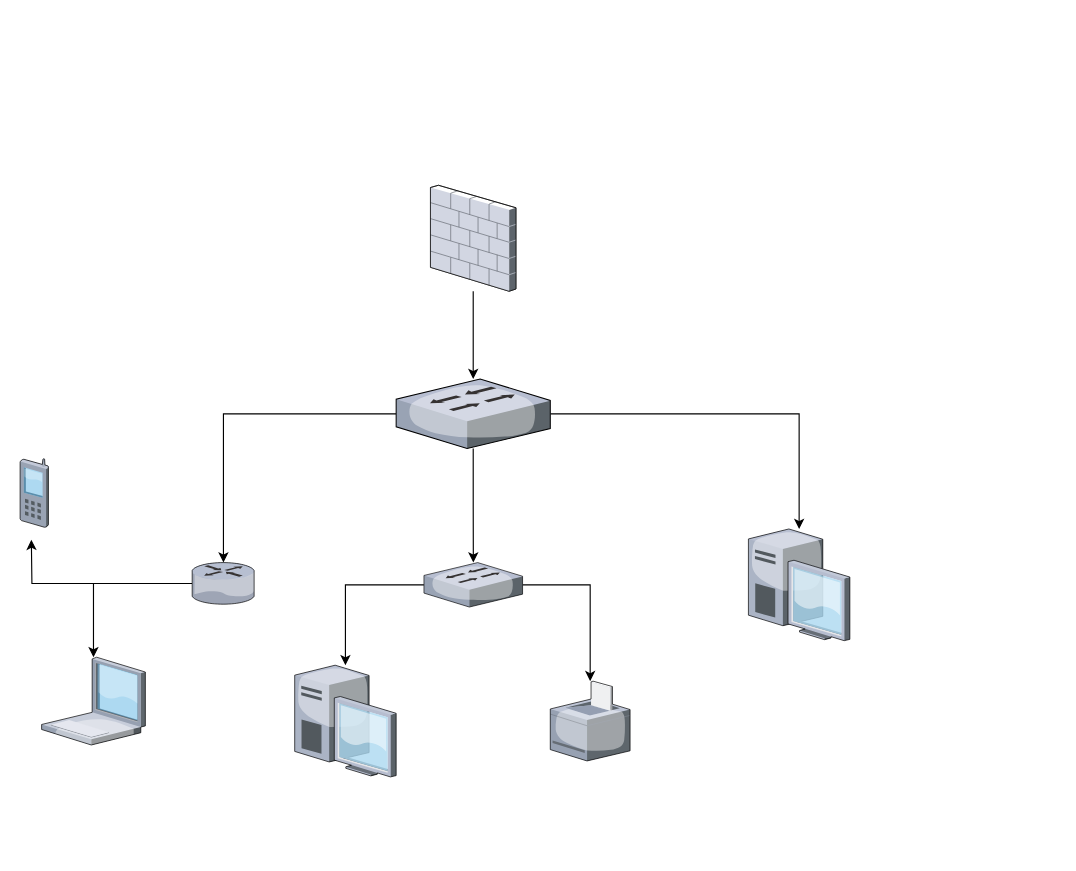
Before: 未命名绘图.drawio in kevinil/LuaPractice, a draw.io diagram. Source tidied: cells renumbered, new cells numbered last; positions are measured from the earlier drawing's top-left corner, leaving out a move shared by most shapes. Both pictures are drawn from the tidied source at 114%, with x=0, y=0 at pixel (19, 185).
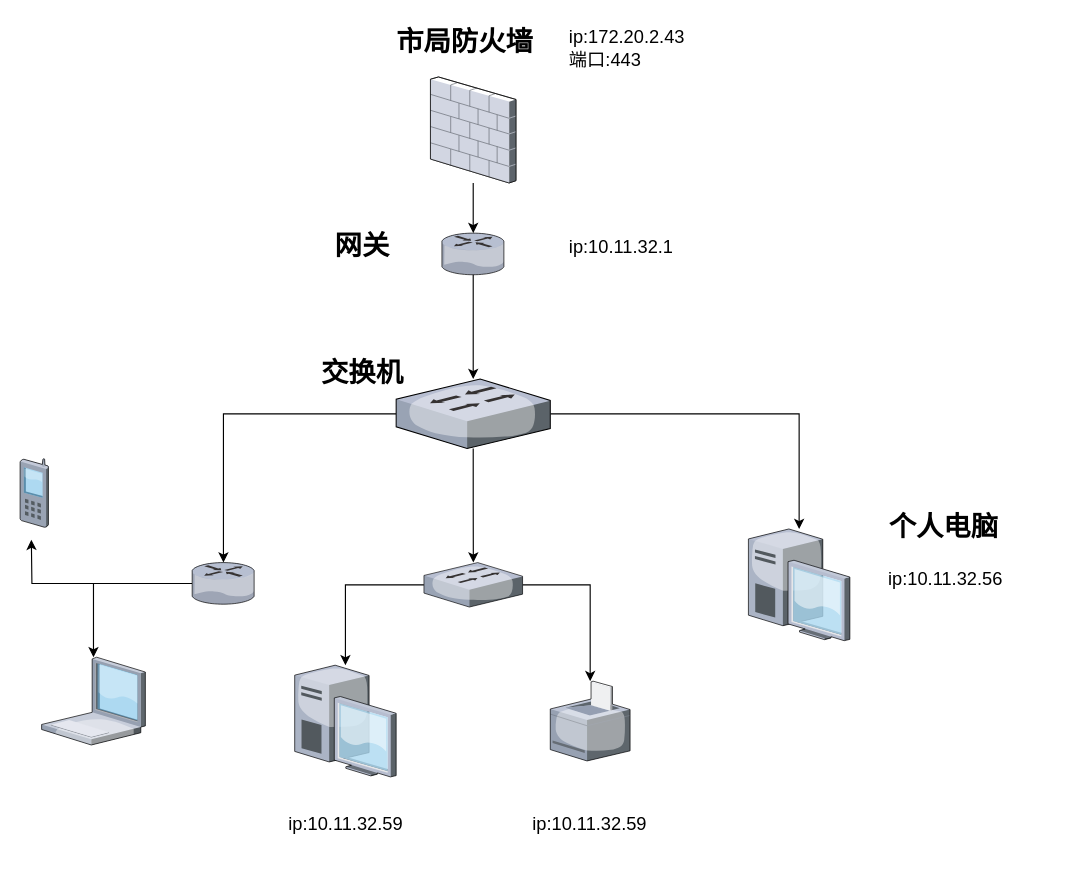
The same diagram, later.

Commit message:
更新未命名绘图.drawio

The change refers to these unchanged cells:
```xml
<mxCell id="14" style="verticalLabelPosition=bottom;sketch=0;html=1;verticalAlign=top;strokeColor=none;align=center;outlineConnect=0;shape=mxgraph.citrix.switch;" parent="1" vertex="1">
  <mxGeometry x="330" y="170" width="135.2" height="61" as="geometry" />
</mxCell>
```

The edit, as a diff of the source:
```diff
@@
-    <mxCell id="16" style="edgeStyle=orthogonalEdgeStyle;rounded=0;jettySize=auto;html=1;" parent="1" edge="1" source="17" target="14">
-      <mxGeometry relative="1" as="geometry" />
-    </mxCell>
     <mxCell id="17" style="verticalLabelPosition=bottom;sketch=0;html=1;verticalAlign=top;strokeColor=none;align=center;outlineConnect=0;shape=mxgraph.citrix.firewall;" parent="1" vertex="1">
-      <mxGeometry x="360.1" width="75" height="93" as="geometry" />
+      <mxGeometry x="360.1" y="-95" width="75" height="93" as="geometry" />
     </mxCell>
@@
+    <mxCell id="19" value="市局防火墙" style="text;strokeColor=none;fillColor=none;html=1;fontSize=24;fontStyle=1;verticalAlign=middle;align=center;" parent="1" vertex="1">
+      <mxGeometry x="340" y="-145" width="100" height="40" as="geometry" />
+    </mxCell>
+    <mxCell id="20" value="网关" style="text;strokeColor=none;fillColor=none;html=1;fontSize=24;fontStyle=1;verticalAlign=middle;align=center;" parent="1" vertex="1">
+      <mxGeometry x="250" y="33.5" width="100" height="40" as="geometry" />
+    </mxCell>
+    <mxCell id="21" value="&lt;font style=&quot;font-size: 16px;&quot;&gt;ip:172.20.2.43&lt;/font&gt;&lt;div&gt;&lt;font style=&quot;font-size: 16px;&quot;&gt;端口:443&lt;/font&gt;&lt;/div&gt;" style="text;strokeColor=none;fillColor=none;html=1;whiteSpace=wrap;verticalAlign=middle;overflow=hidden;" parent="1" vertex="1">
+      <mxGeometry x="480" y="-145" width="150" height="50" as="geometry" />
+    </mxCell>
+    <mxCell id="22" value="&lt;font style=&quot;font-size: 16px;&quot;&gt;ip:10.11.32.1&lt;/font&gt;" style="text;strokeColor=none;fillColor=none;html=1;whiteSpace=wrap;verticalAlign=middle;overflow=hidden;" parent="1" vertex="1">
+      <mxGeometry x="480" y="28.5" width="150" height="50" as="geometry" />
+    </mxCell>
+    <mxCell id="23" style="verticalLabelPosition=bottom;sketch=0;html=1;verticalAlign=top;strokeColor=none;align=center;outlineConnect=0;shape=mxgraph.citrix.router;" parent="1" vertex="1">
+      <mxGeometry x="370.1" y="42" width="55" height="36.5" as="geometry" />
+    </mxCell>
+    <mxCell id="24" style="edgeStyle=orthogonalEdgeStyle;rounded=0;jettySize=auto;html=1;" parent="1" edge="1" source="17" target="23">
+      <mxGeometry relative="1" as="geometry" />
+    </mxCell>
+    <mxCell id="25" style="edgeStyle=orthogonalEdgeStyle;rounded=0;jettySize=auto;html=1;" parent="1" edge="1" source="23" target="14">
+      <mxGeometry relative="1" as="geometry" />
+    </mxCell>
+    <mxCell id="26" value="交换机" style="text;strokeColor=none;fillColor=none;html=1;fontSize=24;fontStyle=1;verticalAlign=middle;align=center;" parent="1" vertex="1">
+      <mxGeometry x="250" y="145" width="100" height="40" as="geometry" />
+    </mxCell>
+    <mxCell id="27" value="个人电脑" style="text;strokeColor=none;fillColor=none;html=1;fontSize=24;fontStyle=1;verticalAlign=middle;align=center;" parent="1" vertex="1">
+      <mxGeometry x="760" y="280" width="100" height="40" as="geometry" />
+    </mxCell>
+    <mxCell id="28" value="&lt;font style=&quot;font-size: 16px;&quot;&gt;ip:10.11.32.56&lt;/font&gt;" style="text;strokeColor=none;fillColor=none;html=1;whiteSpace=wrap;verticalAlign=middle;overflow=hidden;" parent="1" vertex="1">
+      <mxGeometry x="760" y="320" width="150" height="50" as="geometry" />
+    </mxCell>
+    <mxCell id="29" value="&lt;font style=&quot;font-size: 16px;&quot;&gt;ip:10.11.32.59&lt;/font&gt;" style="text;strokeColor=none;fillColor=none;html=1;whiteSpace=wrap;verticalAlign=middle;overflow=hidden;align=center;" parent="1" vertex="1">
+      <mxGeometry x="425.2" y="535" width="150" height="50" as="geometry" />
+    </mxCell>
+    <mxCell id="30" value="&lt;font style=&quot;font-size: 16px;&quot;&gt;ip:10.11.32.59&lt;/font&gt;" style="text;strokeColor=none;fillColor=none;html=1;whiteSpace=wrap;verticalAlign=middle;overflow=hidden;align=center;" parent="1" vertex="1">
+      <mxGeometry x="210.6" y="535" width="150" height="50" as="geometry" />
+    </mxCell>
```
